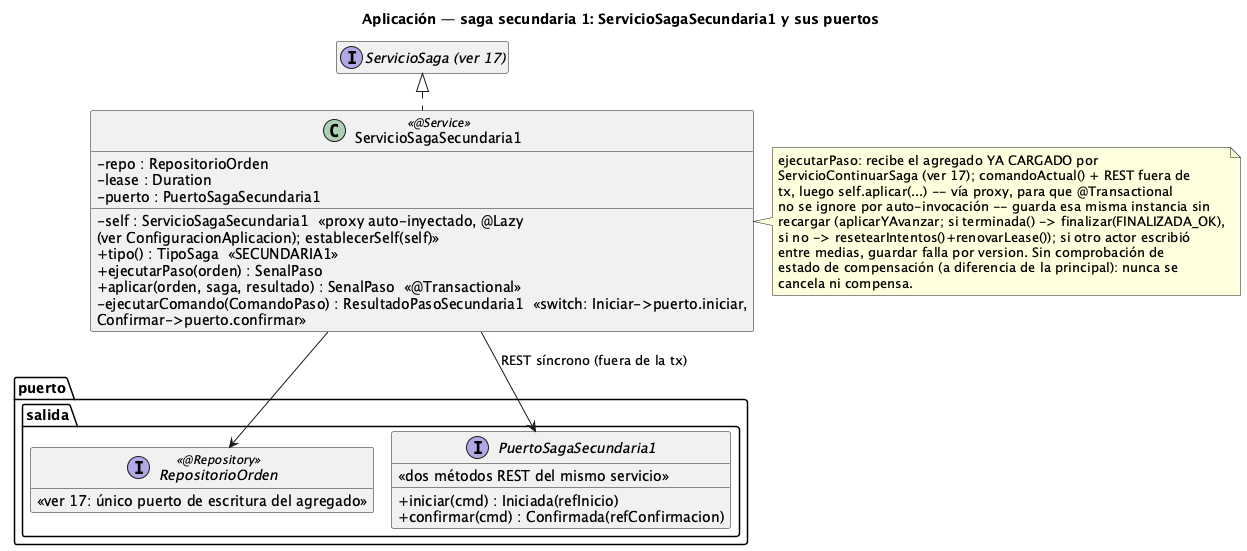
Before: order-manager/docs/19-clases-aplicacion-saga-secundaria1.png, a diagram exported from PlantUML (ralcazar/patrones).
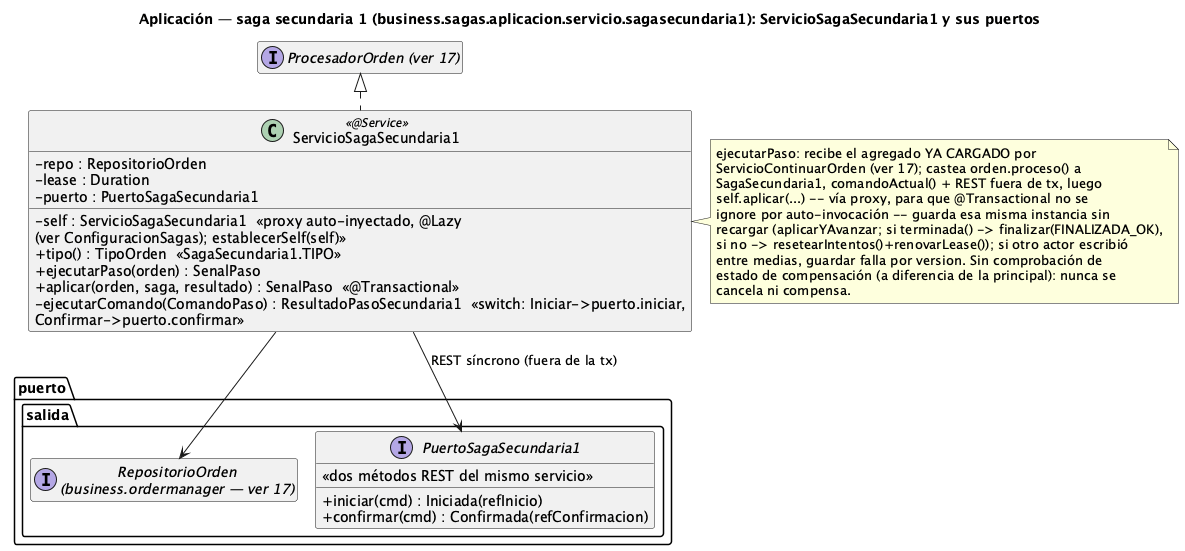
After the change.

Change to the diagram source:
```diff
@@ -1,27 +1,27 @@
 @startuml 19-clases-aplicacion-saga-secundaria1
-!pragma layout smetana
-title Aplicación — saga secundaria 1: ServicioSagaSecundaria1 y sus puertos
+title Aplicación — saga secundaria 1 (business.sagas.aplicacion.servicio.sagasecundaria1): ServicioSagaSecundaria1 y sus puertos
 !pragma layout smetana
 hide empty members
 skinparam classAttributeIconSize 0
 
-interface "ServicioSaga (ver 17)" as Base
+interface "ProcesadorOrden (ver 17)" as Base
 
 class ServicioSagaSecundaria1 <<@Service>> {
   -repo : RepositorioOrden
   -lease : Duration
   -puerto : PuertoSagaSecundaria1
-  -self : ServicioSagaSecundaria1  «proxy auto-inyectado, @Lazy\n(ver ConfiguracionAplicacion); establecerSelf(self)»
-  +tipo() : TipoSaga  «SECUNDARIA1»
+  -self : ServicioSagaSecundaria1  «proxy auto-inyectado, @Lazy\n(ver ConfiguracionSagas); establecerSelf(self)»
+  +tipo() : TipoOrden  «SagaSecundaria1.TIPO»
   +ejecutarPaso(orden) : SenalPaso
   +aplicar(orden, saga, resultado) : SenalPaso  «@Transactional»
   -ejecutarComando(ComandoPaso) : ResultadoPasoSecundaria1  «switch: Iniciar->puerto.iniciar,\nConfirmar->puerto.confirmar»
 }
 note right of ServicioSagaSecundaria1
   ejecutarPaso: recibe el agregado YA CARGADO por
-  ServicioContinuarSaga (ver 17); comandoActual() + REST fuera de
-  tx, luego self.aplicar(...) -- vía proxy, para que @Transactional
-  no se ignore por auto-invocación -- guarda esa misma instancia sin
+  ServicioContinuarOrden (ver 17); castea orden.proceso() a
+  SagaSecundaria1, comandoActual() + REST fuera de tx, luego
+  self.aplicar(...) -- vía proxy, para que @Transactional no se
+  ignore por auto-invocación -- guarda esa misma instancia sin
   recargar (aplicarYAvanzar; si terminada() -> finalizar(FINALIZADA_OK),
   si no -> resetearIntentos()+renovarLease()); si otro actor escribió
   entre medias, guardar falla por version. Sin comprobación de
@@ -30,9 +30,7 @@
 end note
 
 package "puerto.salida" {
-  interface RepositorioOrden <<@Repository>> {
-    «ver 17: único puerto de escritura del agregado»
-  }
+  interface "RepositorioOrden\n(business.ordermanager — ver 17)" as RepositorioOrden
   interface PuertoSagaSecundaria1 {
     +iniciar(cmd) : Iniciada(refInicio)
     +confirmar(cmd) : Confirmada(refConfirmacion)
```
